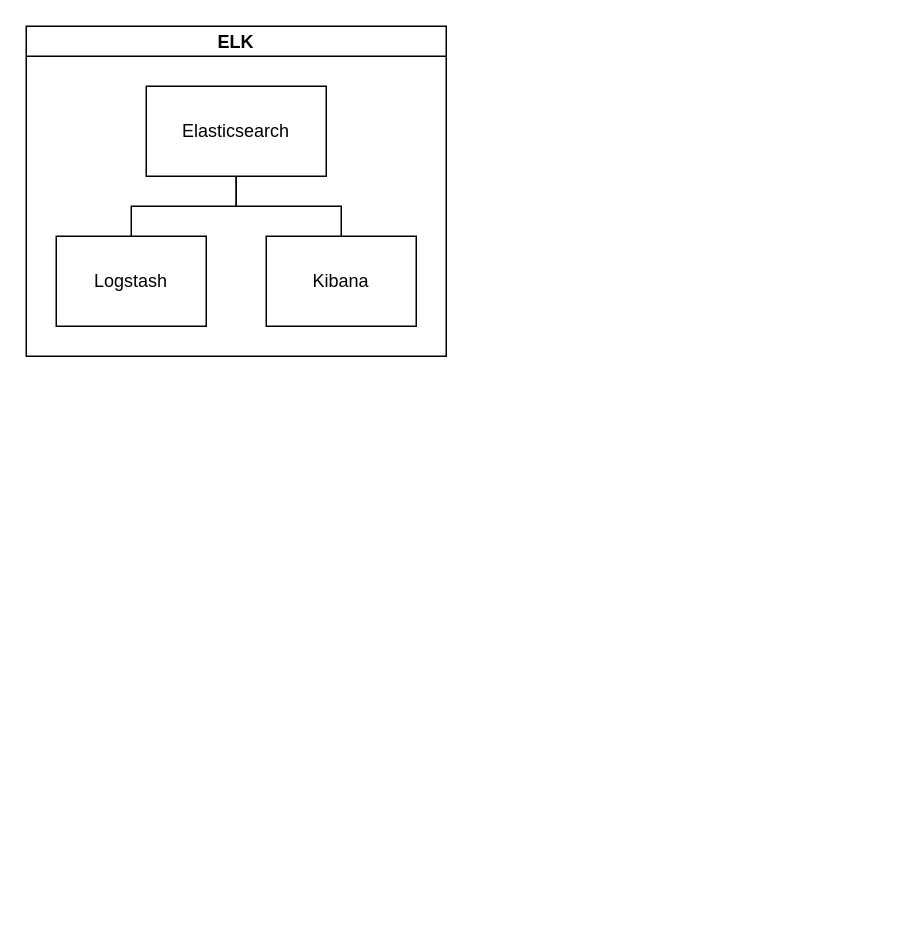
This is infra-schema.drawio from ajile/draw-io, a draw.io file, before an edit. Source tidied: cells renumbered, new cells numbered last; positions are measured from the earlier drawing's top-left corner, leaving out a move shared by most shapes. Both pictures are drawn from the tidied source at 150%, with x=0, y=0 at pixel (26, 26).
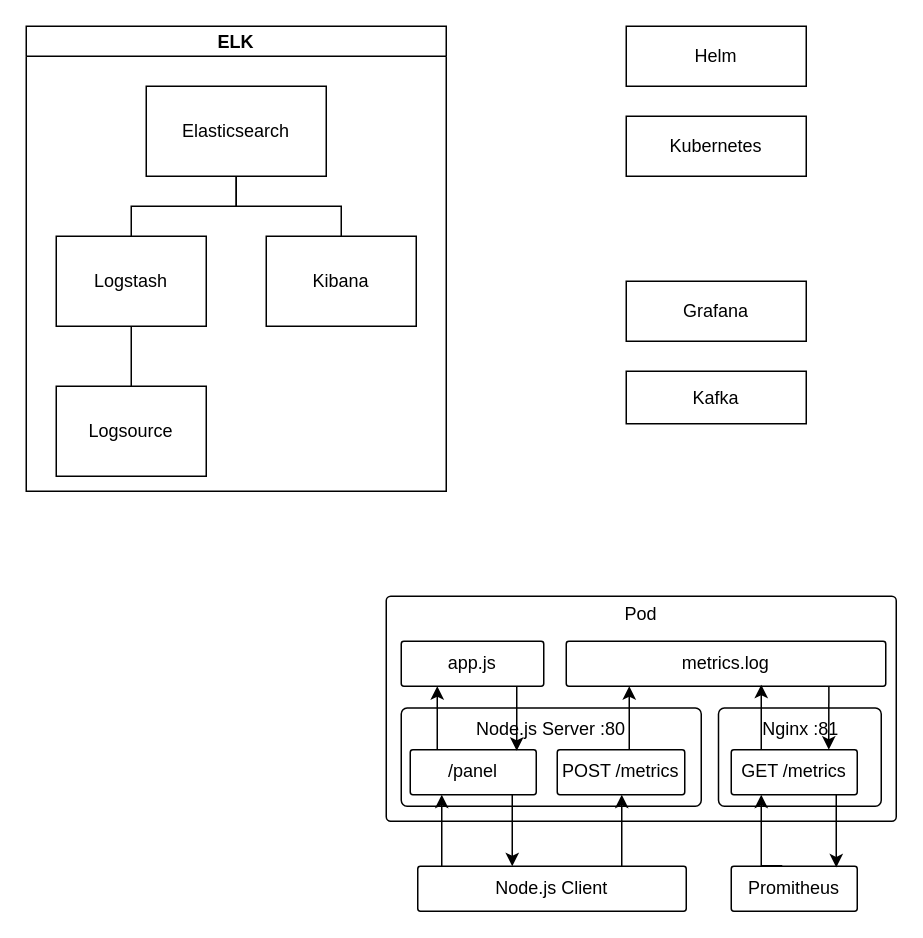
Above is the later version.

Unchanged cells that the change refers to:
```xml
<mxCell id="6" value="Logstash" style="whiteSpace=wrap;html=1;align=center;verticalAlign=middle;newEdgeStyle={&quot;edgeStyle&quot;:&quot;elbowEdgeStyle&quot;,&quot;startArrow&quot;:&quot;none&quot;,&quot;endArrow&quot;:&quot;none&quot;};" parent="2" vertex="1">
  <mxGeometry x="20" y="140" width="100" height="60" as="geometry" />
</mxCell>
```

What changed in the source:
```diff
@@
     <mxCell id="2" value="ELK" style="swimlane;startSize=20;horizontal=1;containerType=tree;newEdgeStyle={&quot;edgeStyle&quot;:&quot;elbowEdgeStyle&quot;,&quot;startArrow&quot;:&quot;none&quot;,&quot;endArrow&quot;:&quot;none&quot;};" parent="1" vertex="1">
-      <mxGeometry width="280" height="220" as="geometry" />
+      <mxGeometry width="280" height="310" as="geometry" />
     </mxCell>
@@
+    <mxCell id="8" style="edgeStyle=elbowEdgeStyle;elbow=vertical;startArrow=none;endArrow=none;rounded=0;" parent="2" edge="1" source="6" target="9">
+      <mxGeometry relative="1" as="geometry" />
+    </mxCell>
+    <mxCell id="9" value="Logsource" style="whiteSpace=wrap;html=1;align=center;verticalAlign=middle;newEdgeStyle={&quot;edgeStyle&quot;:&quot;elbowEdgeStyle&quot;,&quot;startArrow&quot;:&quot;none&quot;,&quot;endArrow&quot;:&quot;none&quot;};" parent="2" vertex="1">
+      <mxGeometry x="20" y="240" width="100" height="60" as="geometry" />
+    </mxCell>
+    <mxCell id="10" value="Grafana" style="whiteSpace=wrap;html=1;align=center;newEdgeStyle={&quot;edgeStyle&quot;:&quot;elbowEdgeStyle&quot;,&quot;startArrow&quot;:&quot;none&quot;,&quot;endArrow&quot;:&quot;none&quot;};" parent="1" vertex="1">
+      <mxGeometry x="400" y="170" width="120" height="40" as="geometry" />
+    </mxCell>
+    <mxCell id="11" value="Kafka" style="whiteSpace=wrap;html=1;align=center;newEdgeStyle={&quot;edgeStyle&quot;:&quot;elbowEdgeStyle&quot;,&quot;startArrow&quot;:&quot;none&quot;,&quot;endArrow&quot;:&quot;none&quot;};" parent="1" vertex="1">
+      <mxGeometry x="400" y="230" width="120" height="35" as="geometry" />
+    </mxCell>
+    <mxCell id="12" value="Kubernetes" style="whiteSpace=wrap;html=1;align=center;newEdgeStyle={&quot;edgeStyle&quot;:&quot;elbowEdgeStyle&quot;,&quot;startArrow&quot;:&quot;none&quot;,&quot;endArrow&quot;:&quot;none&quot;};" parent="1" vertex="1">
+      <mxGeometry x="400" y="60" width="120" height="40" as="geometry" />
+    </mxCell>
+    <mxCell id="13" style="edgeStyle=orthogonalEdgeStyle;rounded=0;orthogonalLoop=1;jettySize=auto;html=1;" parent="1" edge="1">
+      <mxGeometry relative="1" as="geometry">
+        <mxPoint x="690" y="60" as="sourcePoint" />
+      </mxGeometry>
+    </mxCell>
+    <mxCell id="14" value="Helm" style="whiteSpace=wrap;html=1;align=center;newEdgeStyle={&quot;edgeStyle&quot;:&quot;elbowEdgeStyle&quot;,&quot;startArrow&quot;:&quot;none&quot;,&quot;endArrow&quot;:&quot;none&quot;};" parent="1" vertex="1">
+      <mxGeometry x="400" width="120" height="40" as="geometry" />
+    </mxCell>
+    <mxCell id="15" value="Pod" style="rounded=1;whiteSpace=wrap;html=1;align=center;verticalAlign=top;noLabel=0;arcSize=2;spacing=0;spacingLeft=0;" parent="1" vertex="1">
+      <mxGeometry x="240" y="380" width="340" height="150" as="geometry" />
+    </mxCell>
+    <mxCell id="16" value="&lt;span&gt;Node.js Server :80&lt;/span&gt;" style="rounded=1;whiteSpace=wrap;html=1;align=center;verticalAlign=top;noLabel=0;arcSize=6;" parent="15" vertex="1">
+      <mxGeometry x="10" y="74.5" width="200" height="65.5" as="geometry" />
+    </mxCell>
+    <mxCell id="17" value="/panel" style="rounded=1;whiteSpace=wrap;html=1;align=center;verticalAlign=middle;noLabel=0;arcSize=6;" parent="16" vertex="1">
+      <mxGeometry x="6" y="27.8" width="84" height="30" as="geometry" />
+    </mxCell>
+    <mxCell id="18" value="POST /metrics" style="rounded=1;whiteSpace=wrap;html=1;align=center;verticalAlign=middle;noLabel=0;arcSize=6;" parent="16" vertex="1">
+      <mxGeometry x="104" y="27.8" width="85" height="30" as="geometry" />
+    </mxCell>
+    <mxCell id="19" value="metrics.log" style="rounded=1;whiteSpace=wrap;html=1;align=center;verticalAlign=middle;noLabel=0;arcSize=6;snapToPoint=1;" parent="15" vertex="1">
+      <mxGeometry x="120" y="30" width="213" height="30" as="geometry" />
+    </mxCell>
+    <mxCell id="20" style="edgeStyle=elbowEdgeStyle;rounded=0;jettySize=auto;html=1;" parent="15" edge="1" source="18">
+      <mxGeometry relative="1" as="geometry">
+        <mxPoint x="162" y="60" as="targetPoint" />
+      </mxGeometry>
+    </mxCell>
+    <mxCell id="21" value="&lt;span&gt;Nginx :81&lt;/span&gt;" style="rounded=1;whiteSpace=wrap;html=1;align=center;verticalAlign=top;noLabel=0;arcSize=6;" parent="15" vertex="1">
+      <mxGeometry x="221.5" y="74.5" width="108.5" height="65.5" as="geometry" />
+    </mxCell>
+    <mxCell id="22" value="GET /metrics" style="rounded=1;whiteSpace=wrap;html=1;align=center;verticalAlign=middle;noLabel=0;arcSize=6;" parent="21" vertex="1">
+      <mxGeometry x="8.5" y="27.8" width="84" height="30" as="geometry" />
+    </mxCell>
+    <mxCell id="23" style="rounded=0;jettySize=auto;html=1;edgeStyle=elbowEdgeStyle;" parent="15" edge="1" source="22">
+      <mxGeometry relative="1" as="geometry">
+        <mxPoint x="250" y="59" as="targetPoint" />
+      </mxGeometry>
+    </mxCell>
+    <mxCell id="24" style="edgeStyle=elbowEdgeStyle;rounded=0;jettySize=auto;html=1;exitX=0.822;exitY=1;exitDx=0;exitDy=0;exitPerimeter=0;" parent="15" edge="1" source="19" target="22">
+      <mxGeometry relative="1" as="geometry" />
+    </mxCell>
+    <mxCell id="25" style="edgeStyle=elbowEdgeStyle;rounded=0;jettySize=auto;html=1;entryX=0.845;entryY=0.025;entryDx=0;entryDy=0;entryPerimeter=0;" parent="15" edge="1" source="26" target="17">
+      <mxGeometry relative="1" as="geometry" />
+    </mxCell>
+    <mxCell id="26" value="app.js" style="rounded=1;whiteSpace=wrap;html=1;align=center;verticalAlign=middle;noLabel=0;arcSize=6;" parent="15" vertex="1">
+      <mxGeometry x="10" y="30" width="95" height="30" as="geometry" />
+    </mxCell>
+    <mxCell id="27" style="edgeStyle=elbowEdgeStyle;rounded=0;jettySize=auto;html=1;entryX=0.25;entryY=1;entryDx=0;entryDy=0;" parent="15" edge="1" source="17" target="26">
+      <mxGeometry relative="1" as="geometry" />
+    </mxCell>
+    <mxCell id="28" style="edgeStyle=elbowEdgeStyle;rounded=0;jettySize=auto;html=1;exitX=0.405;exitY=-0.013;exitDx=0;exitDy=0;exitPerimeter=0;" parent="1" edge="1" source="29" target="22">
+      <mxGeometry relative="1" as="geometry">
+        <Array as="points">
+          <mxPoint x="490" y="560" />
+        </Array>
+      </mxGeometry>
+    </mxCell>
+    <mxCell id="29" value="Promitheus" style="rounded=1;whiteSpace=wrap;html=1;align=center;verticalAlign=middle;noLabel=0;arcSize=6;snapToPoint=1;" parent="1" vertex="1">
+      <mxGeometry x="470" y="560" width="84" height="30" as="geometry" />
+    </mxCell>
+    <mxCell id="30" style="edgeStyle=elbowEdgeStyle;rounded=0;jettySize=auto;html=1;entryX=0.833;entryY=0.027;entryDx=0;entryDy=0;entryPerimeter=0;" parent="1" edge="1" source="22" target="29">
+      <mxGeometry relative="1" as="geometry" />
+    </mxCell>
+    <mxCell id="31" style="edgeStyle=elbowEdgeStyle;rounded=0;jettySize=auto;html=1;" parent="1" edge="1" source="32" target="18">
+      <mxGeometry relative="1" as="geometry" />
+    </mxCell>
+    <mxCell id="32" value="Node.js Client" style="rounded=1;whiteSpace=wrap;html=1;align=center;verticalAlign=middle;noLabel=0;arcSize=6;" parent="1" vertex="1">
+      <mxGeometry x="261" y="560" width="179" height="30" as="geometry" />
+    </mxCell>
+    <mxCell id="33" style="edgeStyle=elbowEdgeStyle;rounded=0;jettySize=auto;html=1;entryX=0.25;entryY=1;entryDx=0;entryDy=0;" parent="1" edge="1" source="32" target="17">
+      <mxGeometry relative="1" as="geometry" />
+    </mxCell>
+    <mxCell id="34" style="edgeStyle=elbowEdgeStyle;rounded=0;jettySize=auto;html=1;entryX=0.352;entryY=0;entryDx=0;entryDy=0;entryPerimeter=0;" parent="1" edge="1" source="17" target="32">
+      <mxGeometry relative="1" as="geometry" />
+    </mxCell>
```
